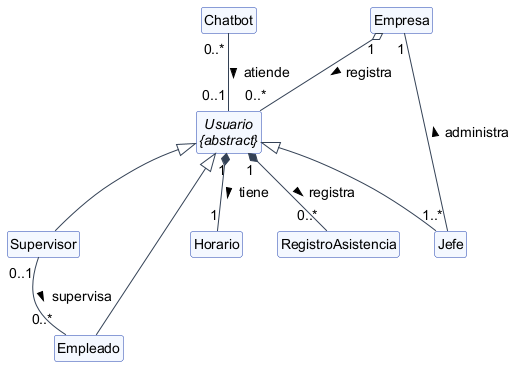
Earlier version of the PlantUML export docs/diagramas/img/clases_dominio.png (diavolo34/Proyecto-Poo).
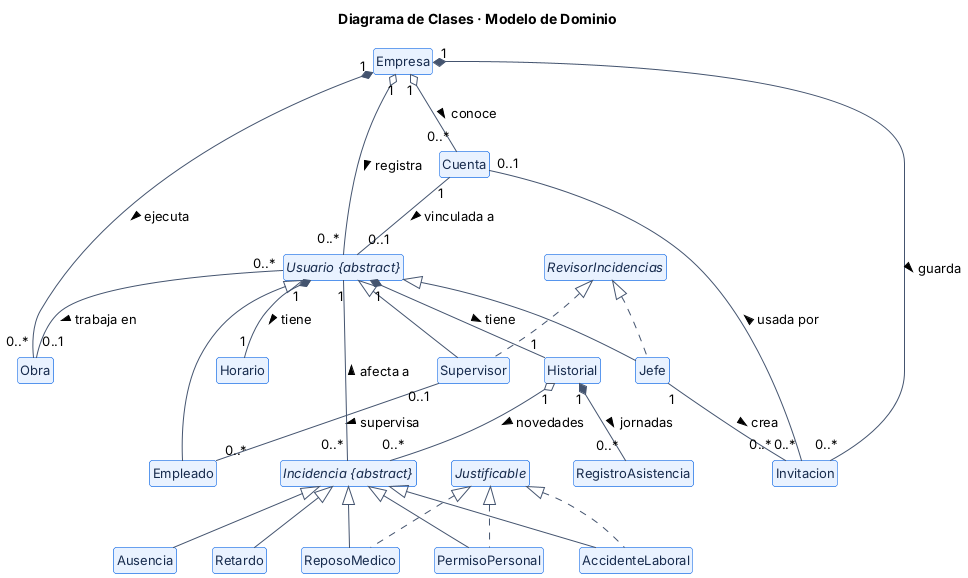
After the commit.

What changed in the source:
```diff
@@ -1,35 +1,54 @@
 @startuml clases_dominio
-skinparam shadowing false
-skinparam defaultFontName Arial
-skinparam defaultFontSize 14
-skinparam backgroundColor white
-skinparam class {
-  BackgroundColor #F4F8FF
-  BorderColor #1E40AF
-  ArrowColor #334155
-}
+!include estilo.iuml
+title Diagrama de Clases · Modelo de Dominio
 hide members
 hide circle
 
 class Empresa
-abstract class "Usuario\n{abstract}" as Usuario
+class Obra
+class Cuenta
+class Invitacion
+abstract class "Usuario {abstract}" as Usuario
 class Empleado
 class Supervisor
 class Jefe
 class Horario
+class Historial
 class RegistroAsistencia
-class Chatbot
+abstract class "Incidencia {abstract}" as Incidencia
+class ReposoMedico
+class PermisoPersonal
+class Retardo
+class AccidenteLaboral
+class Ausencia
+interface Justificable
+interface RevisorIncidencias
 
 Empresa "1" o-- "0..*" Usuario : registra >
-
-Usuario "1" *-- "1" Horario : tiene >
-Usuario "1" *-- "0..*" RegistroAsistencia : registra >
-
+Empresa "1" *-- "0..*" Obra : ejecuta >
+Empresa "1" o-- "0..*" Cuenta : conoce >
+Empresa "1" *-- "0..*" Invitacion : guarda >
 Usuario <|-- Empleado
 Usuario <|-- Supervisor
 Usuario <|-- Jefe
-
+Usuario "1" *-- "1" Horario : tiene >
+Usuario "1" *-- "1" Historial : tiene >
+Historial "1" *-- "0..*" RegistroAsistencia : jornadas >
+Historial "1" o-- "0..*" Incidencia : novedades >
+Usuario "0..*" -- "0..1" Obra : trabaja en >
 Supervisor "0..1" -- "0..*" Empleado : supervisa >
-Jefe "1..*" -- "1" Empresa : administra >
-Chatbot "0..*" -- "0..1" Usuario : atiende >
+Cuenta "1" -- "0..1" Usuario : vinculada a >
+Jefe "1" -- "0..*" Invitacion : crea >
+Invitacion "0..*" -- "0..1" Cuenta : usada por >
+Incidencia "0..*" -- "1" Usuario : afecta a >
+Incidencia <|-- ReposoMedico
+Incidencia <|-- PermisoPersonal
+Incidencia <|-- Retardo
+Incidencia <|-- AccidenteLaboral
+Incidencia <|-- Ausencia
+Justificable <|.. ReposoMedico
+Justificable <|.. PermisoPersonal
+Justificable <|.. AccidenteLaboral
+RevisorIncidencias <|.. Supervisor
+RevisorIncidencias <|.. Jefe
 @enduml
```
